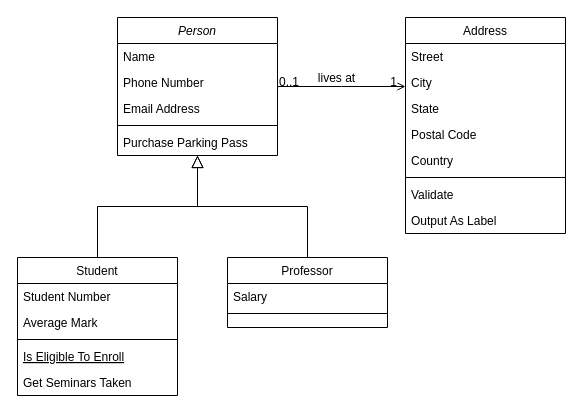
Earlier version of the draw.io diagram Class Diagram.drawio (Flower-Deer/Diary). Source tidied: cells renumbered, new cells numbered last; positions are measured from the earlier drawing's top-left corner, leaving out a move shared by most shapes. Both pictures are drawn from the tidied source at 100%, with x=0, y=0 at pixel (17, 17).
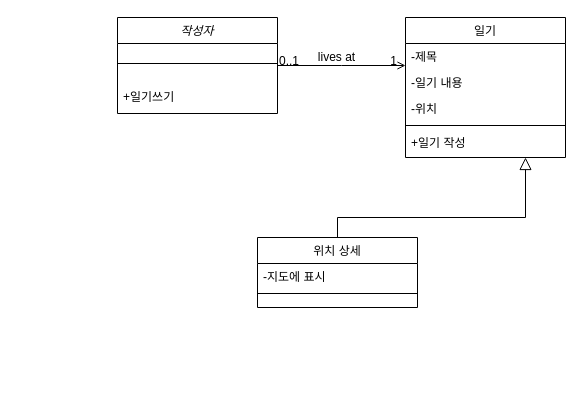
After the change.

Change to the diagram source:
```diff
@@
-    <mxCell id="2" value="Person" style="swimlane;fontStyle=2;align=center;verticalAlign=top;horizontal=1;startSize=26;rounded=0;shadow=0;strokeWidth=1;" parent="1" vertex="1">
-      <mxGeometry x="100" width="160" height="138" as="geometry" />
+    <mxCell id="2" value="작성자" style="swimlane;fontStyle=2;align=center;verticalAlign=top;horizontal=1;startSize=26;rounded=0;shadow=0;strokeWidth=1;" parent="1" vertex="1">
+      <mxGeometry x="100" width="160" height="96" as="geometry" />
     </mxCell>
-    <mxCell id="3" value="Name" style="text;align=left;verticalAlign=top;spacingLeft=4;spacingRight=4;overflow=hidden;" parent="2" vertex="1">
-      <mxGeometry y="26" width="160" height="26" as="geometry" />
-    </mxCell>
-    <mxCell id="4" value="Phone Number" style="text;align=left;verticalAlign=top;spacingLeft=4;spacingRight=4;overflow=hidden;rounded=0;shadow=0;html=0;" parent="2" vertex="1">
-      <mxGeometry y="52" width="160" height="26" as="geometry" />
-    </mxCell>
-    <mxCell id="5" value="Email Address" style="text;align=left;verticalAlign=top;spacingLeft=4;spacingRight=4;overflow=hidden;rounded=0;shadow=0;html=0;" parent="2" vertex="1">
-      <mxGeometry y="78" width="160" height="26" as="geometry" />
-    </mxCell>
     <mxCell id="6" style="line;html=1;strokeWidth=1;align=left;verticalAlign=middle;spacingTop=-1;spacingLeft=3;spacingRight=3;labelPosition=right;" parent="2" vertex="1">
-      <mxGeometry y="104" width="160" height="8" as="geometry" />
+      <mxGeometry y="26" width="160" height="40" as="geometry" />
     </mxCell>
-    <mxCell id="7" value="Purchase Parking Pass" style="text;align=left;verticalAlign=top;spacingLeft=4;spacingRight=4;overflow=hidden;" parent="2" vertex="1">
-      <mxGeometry y="112" width="160" height="26" as="geometry" />
+    <mxCell id="7" value="+일기쓰기" style="text;align=left;verticalAlign=top;spacingLeft=4;spacingRight=4;overflow=hidden;" parent="2" vertex="1">
+      <mxGeometry y="66" width="160" height="26" as="geometry" />
     </mxCell>
-    <mxCell id="8" value="Student" style="swimlane;fontStyle=0;align=center;verticalAlign=top;horizontal=1;startSize=26;rounded=0;shadow=0;strokeWidth=1;" parent="1" vertex="1">
-      <mxGeometry y="240" width="160" height="138" as="geometry" />
-    </mxCell>
-    <mxCell id="9" value="Student Number" style="text;align=left;verticalAlign=top;spacingLeft=4;spacingRight=4;overflow=hidden;" parent="8" vertex="1">
-      <mxGeometry y="26" width="160" height="26" as="geometry" />
-    </mxCell>
-    <mxCell id="10" value="Average Mark" style="text;align=left;verticalAlign=top;spacingLeft=4;spacingRight=4;overflow=hidden;rounded=0;shadow=0;html=0;" parent="8" vertex="1">
-      <mxGeometry y="52" width="160" height="26" as="geometry" />
-    </mxCell>
-    <mxCell id="11" style="line;html=1;strokeWidth=1;align=left;verticalAlign=middle;spacingTop=-1;spacingLeft=3;spacingRight=3;labelPosition=right;" parent="8" vertex="1">
-      <mxGeometry y="78" width="160" height="8" as="geometry" />
-    </mxCell>
-    <mxCell id="12" value="Is Eligible To Enroll" style="text;align=left;verticalAlign=top;spacingLeft=4;spacingRight=4;overflow=hidden;fontStyle=4;" parent="8" vertex="1">
-      <mxGeometry y="86" width="160" height="26" as="geometry" />
-    </mxCell>
-    <mxCell id="13" value="Get Seminars Taken" style="text;align=left;verticalAlign=top;spacingLeft=4;spacingRight=4;overflow=hidden;" parent="8" vertex="1">
-      <mxGeometry y="112" width="160" height="26" as="geometry" />
-    </mxCell>
-    <mxCell id="14" style="endArrow=block;endSize=10;endFill=0;shadow=0;strokeWidth=1;rounded=0;edgeStyle=elbowEdgeStyle;elbow=vertical;" parent="1" edge="1" source="8" target="2">
-      <mxGeometry relative="1" as="geometry" />
-    </mxCell>
-    <mxCell id="15" value="Professor" style="swimlane;fontStyle=0;align=center;verticalAlign=top;horizontal=1;startSize=26;rounded=0;shadow=0;strokeWidth=1;" parent="1" vertex="1">
-      <mxGeometry x="210" y="240" width="160" height="70" as="geometry" />
+    <mxCell id="15" value="위치 상세&#10;" style="swimlane;fontStyle=0;align=center;verticalAlign=top;horizontal=1;startSize=26;rounded=0;shadow=0;strokeWidth=1;" parent="1" vertex="1">
+      <mxGeometry x="240" y="220" width="160" height="70" as="geometry" />
     </mxCell>
-    <mxCell id="16" value="Salary" style="text;align=left;verticalAlign=top;spacingLeft=4;spacingRight=4;overflow=hidden;" parent="15" vertex="1">
+    <mxCell id="16" value="-지도에 표시" style="text;align=left;verticalAlign=top;spacingLeft=4;spacingRight=4;overflow=hidden;" parent="15" vertex="1">
       <mxGeometry y="26" width="160" height="26" as="geometry" />
     </mxCell>
@@
-    <mxCell id="18" style="endArrow=block;endSize=10;endFill=0;shadow=0;strokeWidth=1;rounded=0;edgeStyle=elbowEdgeStyle;elbow=vertical;" parent="1" edge="1" source="15" target="2">
-      <mxGeometry relative="1" as="geometry" />
+    <mxCell id="18" style="endArrow=block;endSize=10;endFill=0;shadow=0;strokeWidth=1;rounded=0;edgeStyle=elbowEdgeStyle;elbow=vertical;entryX=0.75;entryY=1;entryDx=0;entryDy=0;" parent="1" edge="1" source="15" target="19">
+      <mxGeometry relative="1" as="geometry">
+        <Array as="points">
+          <mxPoint x="430" y="200" />
+          <mxPoint x="508" y="210" />
+          <mxPoint x="540" y="200" />
+          <mxPoint x="590" y="190" />
+          <mxPoint x="450" y="180" />
+          <mxPoint x="590" y="230" />
+          <mxPoint x="510" y="190" />
+          <mxPoint x="440" y="170" />
+          <mxPoint x="280" y="170" />
+          <mxPoint x="180" y="150" />
+        </Array>
+      </mxGeometry>
     </mxCell>
-    <mxCell id="19" value="Address" style="swimlane;fontStyle=0;align=center;verticalAlign=top;horizontal=1;startSize=26;rounded=0;shadow=0;strokeWidth=1;" parent="1" vertex="1">
-      <mxGeometry x="388" width="160" height="216" as="geometry" />
+    <mxCell id="19" value="일기" style="swimlane;fontStyle=0;align=center;verticalAlign=top;horizontal=1;startSize=26;rounded=0;shadow=0;strokeWidth=1;" parent="1" vertex="1">
+      <mxGeometry x="388" width="160" height="140" as="geometry" />
     </mxCell>
-    <mxCell id="20" value="Street" style="text;align=left;verticalAlign=top;spacingLeft=4;spacingRight=4;overflow=hidden;" parent="19" vertex="1">
+    <mxCell id="20" value="-제목" style="text;align=left;verticalAlign=top;spacingLeft=4;spacingRight=4;overflow=hidden;" parent="19" vertex="1">
       <mxGeometry y="26" width="160" height="26" as="geometry" />
     </mxCell>
-    <mxCell id="21" value="City" style="text;align=left;verticalAlign=top;spacingLeft=4;spacingRight=4;overflow=hidden;rounded=0;shadow=0;html=0;" parent="19" vertex="1">
+    <mxCell id="21" value="-일기 내용" style="text;align=left;verticalAlign=top;spacingLeft=4;spacingRight=4;overflow=hidden;rounded=0;shadow=0;html=0;" parent="19" vertex="1">
       <mxGeometry y="52" width="160" height="26" as="geometry" />
     </mxCell>
-    <mxCell id="22" value="State" style="text;align=left;verticalAlign=top;spacingLeft=4;spacingRight=4;overflow=hidden;rounded=0;shadow=0;html=0;" parent="19" vertex="1">
+    <mxCell id="22" value="-위치" style="text;align=left;verticalAlign=top;spacingLeft=4;spacingRight=4;overflow=hidden;rounded=0;shadow=0;html=0;" parent="19" vertex="1">
       <mxGeometry y="78" width="160" height="26" as="geometry" />
     </mxCell>
-    <mxCell id="23" value="Postal Code" style="text;align=left;verticalAlign=top;spacingLeft=4;spacingRight=4;overflow=hidden;rounded=0;shadow=0;html=0;" parent="19" vertex="1">
-      <mxGeometry y="104" width="160" height="26" as="geometry" />
-    </mxCell>
-    <mxCell id="24" value="Country" style="text;align=left;verticalAlign=top;spacingLeft=4;spacingRight=4;overflow=hidden;rounded=0;shadow=0;html=0;" parent="19" vertex="1">
-      <mxGeometry y="130" width="160" height="26" as="geometry" />
-    </mxCell>
     <mxCell id="25" style="line;html=1;strokeWidth=1;align=left;verticalAlign=middle;spacingTop=-1;spacingLeft=3;spacingRight=3;labelPosition=right;" parent="19" vertex="1">
-      <mxGeometry y="156" width="160" height="8" as="geometry" />
+      <mxGeometry y="104" width="160" height="8" as="geometry" />
     </mxCell>
-    <mxCell id="26" value="Validate" style="text;align=left;verticalAlign=top;spacingLeft=4;spacingRight=4;overflow=hidden;" parent="19" vertex="1">
-      <mxGeometry y="164" width="160" height="26" as="geometry" />
-    </mxCell>
-    <mxCell id="27" value="Output As Label" style="text;align=left;verticalAlign=top;spacingLeft=4;spacingRight=4;overflow=hidden;" parent="19" vertex="1">
-      <mxGeometry y="190" width="160" height="26" as="geometry" />
+    <mxCell id="27" value="+일기 작성" style="text;align=left;verticalAlign=top;spacingLeft=4;spacingRight=4;overflow=hidden;" parent="19" vertex="1">
+      <mxGeometry y="112" width="160" height="26" as="geometry" />
     </mxCell>
```
